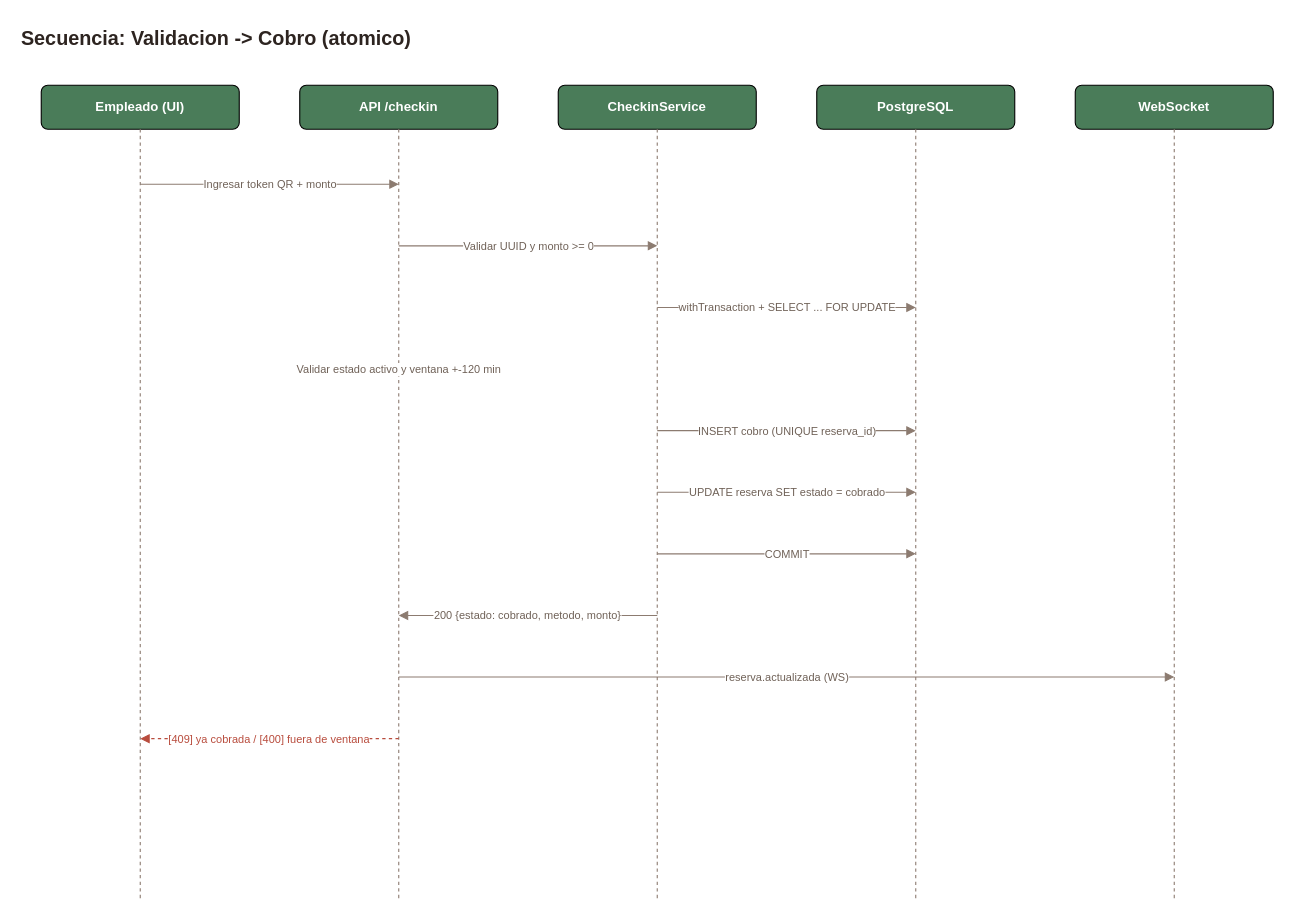
Earlier version of the draw.io diagram page "Secuencia check-in" (4 of 7) of docs/modelos-uml.drawio (Mapachuelo/sgp). Source tidied: cells renumbered, new cells numbered last; positions are measured from the earlier drawing's top-left corner, leaving out a move shared by most shapes. Both pictures are drawn from the tidied source at 110%, with x=0, y=0 at pixel (19, 19).
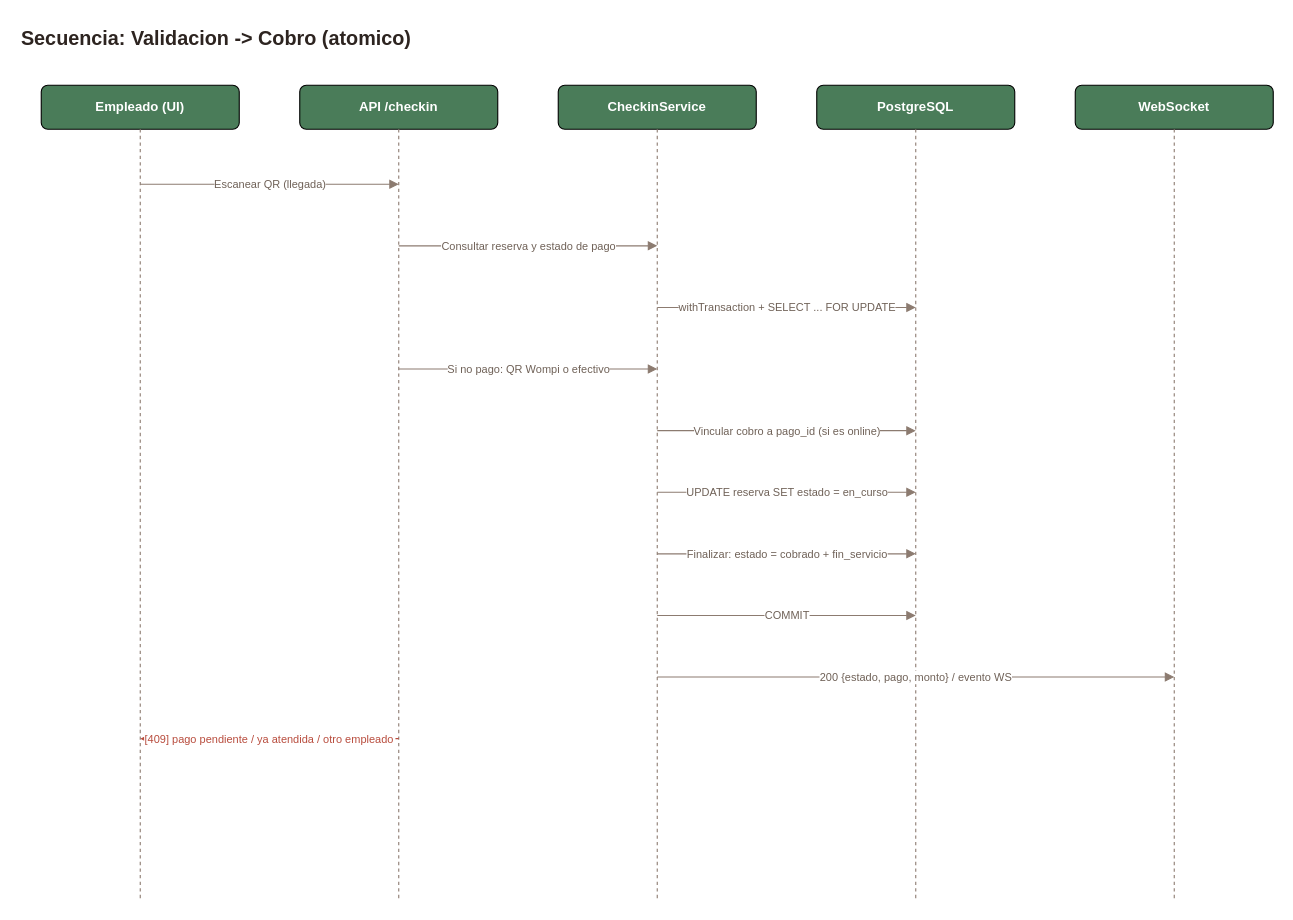
The same diagram, later.

What changed in the source:
```diff
@@
-    <mxCell id="13" value="Ingresar token QR + monto" style="edgeStyle=orthogonalEdgeStyle;rounded=1;html=1;endArrow=block;strokeColor=#8C7B70;fontColor=#6F6157;fontSize=10;" parent="1" edge="1">
+    <mxCell id="13" value="Escanear QR (llegada)" style="edgeStyle=orthogonalEdgeStyle;rounded=1;html=1;endArrow=block;strokeColor=#8C7B70;fontColor=#6F6157;fontSize=10;" parent="1" edge="1">
       <mxGeometry relative="1" as="geometry">
         <mxPoint x="110" y="150" as="sourcePoint" />
         <mxPoint x="345" y="150" as="targetPoint" />
       </mxGeometry>
     </mxCell>
-    <mxCell id="14" value="Validar UUID y monto &gt;= 0" style="edgeStyle=orthogonalEdgeStyle;rounded=1;html=1;endArrow=block;strokeColor=#8C7B70;fontColor=#6F6157;fontSize=10;" parent="1" edge="1">
+    <mxCell id="14" value="Consultar reserva y estado de pago" style="edgeStyle=orthogonalEdgeStyle;rounded=1;html=1;endArrow=block;strokeColor=#8C7B70;fontColor=#6F6157;fontSize=10;" parent="1" edge="1">
       <mxGeometry relative="1" as="geometry">
         <mxPoint x="345" y="206" as="sourcePoint" />
         <mxPoint x="580" y="206" as="targetPoint" />
       </mxGeometry>
     </mxCell>
@@
-    <mxCell id="16" value="Validar estado activo y ventana +-120 min" style="edgeStyle=orthogonalEdgeStyle;rounded=1;html=1;endArrow=block;strokeColor=#8C7B70;fontColor=#6F6157;fontSize=10;" parent="1" edge="1">
+    <mxCell id="16" value="Si no pago: QR Wompi o efectivo" style="edgeStyle=orthogonalEdgeStyle;rounded=1;html=1;endArrow=block;strokeColor=#8C7B70;fontColor=#6F6157;fontSize=10;" parent="1" edge="1">
       <mxGeometry relative="1" as="geometry">
         <mxPoint x="345" y="318" as="sourcePoint" />
-        <mxPoint x="345" y="318" as="targetPoint" />
+        <mxPoint x="580" y="318" as="targetPoint" />
       </mxGeometry>
     </mxCell>
-    <mxCell id="17" value="INSERT cobro (UNIQUE reserva_id)" style="edgeStyle=orthogonalEdgeStyle;rounded=1;html=1;endArrow=block;strokeColor=#8C7B70;fontColor=#6F6157;fontSize=10;" parent="1" edge="1">
+    <mxCell id="17" value="Vincular cobro a pago_id (si es online)" style="edgeStyle=orthogonalEdgeStyle;rounded=1;html=1;endArrow=block;strokeColor=#8C7B70;fontColor=#6F6157;fontSize=10;" parent="1" edge="1">
       <mxGeometry relative="1" as="geometry">
         <mxPoint x="580" y="374" as="sourcePoint" />
         <mxPoint x="815" y="374" as="targetPoint" />
       </mxGeometry>
     </mxCell>
-    <mxCell id="18" value="UPDATE reserva SET estado = cobrado" style="edgeStyle=orthogonalEdgeStyle;rounded=1;html=1;endArrow=block;strokeColor=#8C7B70;fontColor=#6F6157;fontSize=10;" parent="1" edge="1">
+    <mxCell id="18" value="UPDATE reserva SET estado = en_curso" style="edgeStyle=orthogonalEdgeStyle;rounded=1;html=1;endArrow=block;strokeColor=#8C7B70;fontColor=#6F6157;fontSize=10;" parent="1" edge="1">
       <mxGeometry relative="1" as="geometry">
         <mxPoint x="580" y="430" as="sourcePoint" />
         <mxPoint x="815" y="430" as="targetPoint" />
       </mxGeometry>
     </mxCell>
-    <mxCell id="19" value="COMMIT" style="edgeStyle=orthogonalEdgeStyle;rounded=1;html=1;endArrow=block;strokeColor=#8C7B70;fontColor=#6F6157;fontSize=10;" parent="1" edge="1">
+    <mxCell id="19" value="Finalizar: estado = cobrado + fin_servicio" style="edgeStyle=orthogonalEdgeStyle;rounded=1;html=1;endArrow=block;strokeColor=#8C7B70;fontColor=#6F6157;fontSize=10;" parent="1" edge="1">
       <mxGeometry relative="1" as="geometry">
         <mxPoint x="580" y="486" as="sourcePoint" />
         <mxPoint x="815" y="486" as="targetPoint" />
       </mxGeometry>
     </mxCell>
-    <mxCell id="20" value="200 {estado: cobrado, metodo, monto}" style="edgeStyle=orthogonalEdgeStyle;rounded=1;html=1;endArrow=block;strokeColor=#8C7B70;fontColor=#6F6157;fontSize=10;" parent="1" edge="1">
+    <mxCell id="20" value="COMMIT" style="edgeStyle=orthogonalEdgeStyle;rounded=1;html=1;endArrow=block;strokeColor=#8C7B70;fontColor=#6F6157;fontSize=10;" parent="1" edge="1">
       <mxGeometry relative="1" as="geometry">
         <mxPoint x="580" y="542" as="sourcePoint" />
-        <mxPoint x="345" y="542" as="targetPoint" />
+        <mxPoint x="815" y="542" as="targetPoint" />
       </mxGeometry>
     </mxCell>
-    <mxCell id="21" value="reserva.actualizada (WS)" style="edgeStyle=orthogonalEdgeStyle;rounded=1;html=1;endArrow=block;strokeColor=#8C7B70;fontColor=#6F6157;fontSize=10;" parent="1" edge="1">
+    <mxCell id="21" value="200 {estado, pago, monto} / evento WS" style="edgeStyle=orthogonalEdgeStyle;rounded=1;html=1;endArrow=block;strokeColor=#8C7B70;fontColor=#6F6157;fontSize=10;" parent="1" edge="1">
       <mxGeometry relative="1" as="geometry">
-        <mxPoint x="345" y="598" as="sourcePoint" />
+        <mxPoint x="580" y="598" as="sourcePoint" />
         <mxPoint x="1050" y="598" as="targetPoint" />
       </mxGeometry>
     </mxCell>
-    <mxCell id="22" value="[409] ya cobrada / [400] fuera de ventana" style="html=1;endArrow=block;dashed=1;strokeColor=#B84C3D;fontColor=#B84C3D;fontSize=10;" parent="1" edge="1">
+    <mxCell id="22" value="[409] pago pendiente / ya atendida / otro empleado" style="html=1;endArrow=block;dashed=1;strokeColor=#B84C3D;fontColor=#B84C3D;fontSize=10;" parent="1" edge="1">
       <mxGeometry relative="1" as="geometry">
         <mxPoint x="345" y="654" as="sourcePoint" />
         <mxPoint x="110" y="654" as="targetPoint" />
       </mxGeometry>
     </mxCell>
```
